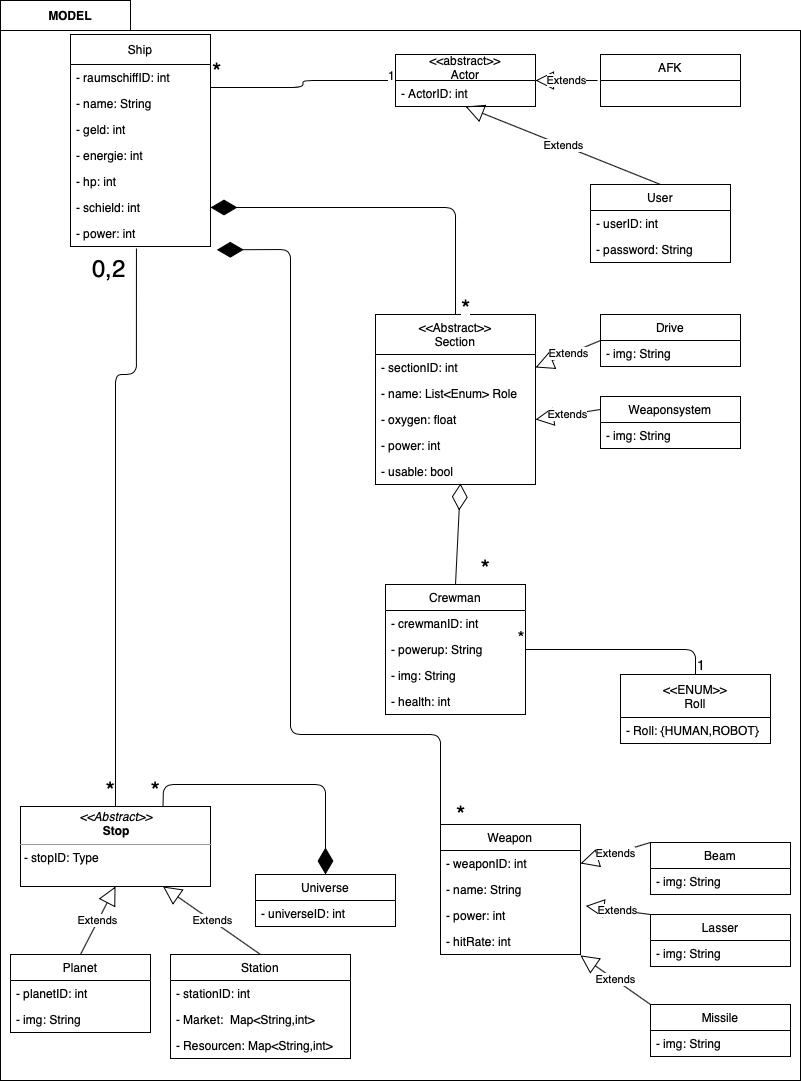
Earlier version of the draw.io export docs/Modulsicht_Quellcode/Model.png (ksreyr/SpaceStudio). Source tidied: cells renumbered, new cells last; positions are measured from the earlier drawing's top-left corner, leaving out a move shared by most shapes.
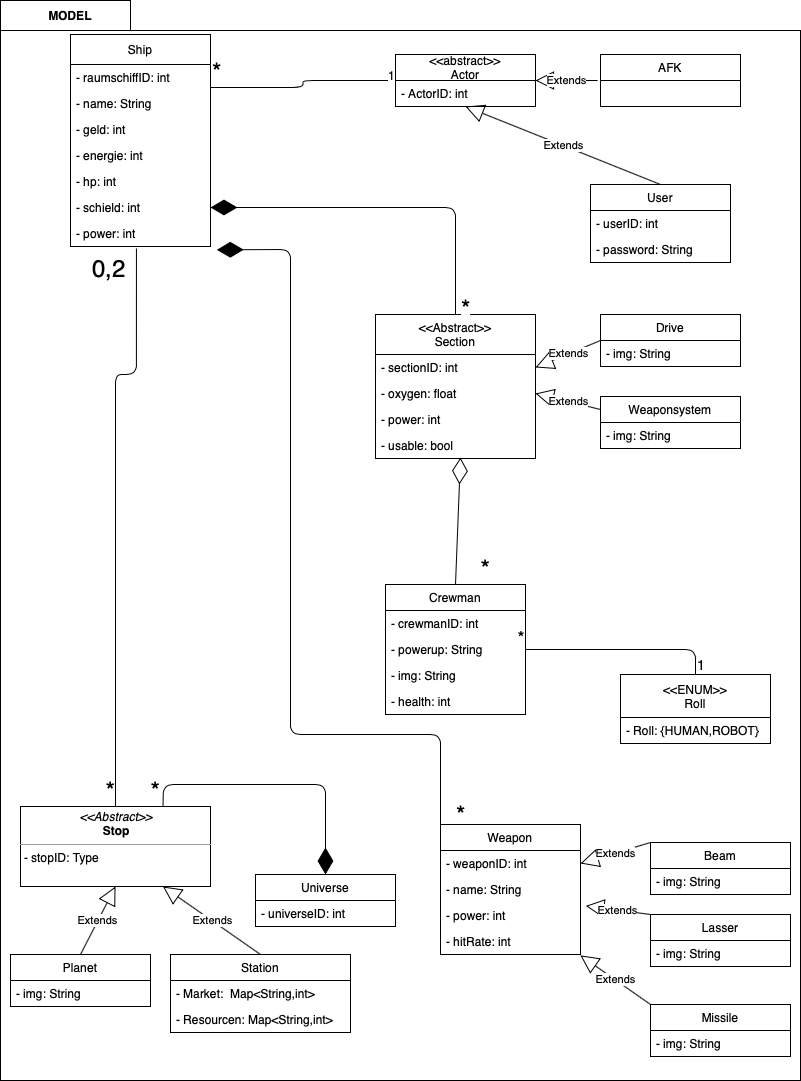
Above is the later version.

Diff of the diagram source:
```diff
@@ -117,31 +117,25 @@
       <mxGeometry y="26" width="140" height="26" as="geometry" />
     </mxCell>
     <mxCell id="35" value="&lt;&lt;Abstract&gt;&gt;&#10;Section" style="swimlane;fontStyle=0;horizontal=1;startSize=40;fillColor=none;" parent="1" vertex="1">
-      <mxGeometry x="375" y="314" width="160" height="170" as="geometry" />
+      <mxGeometry x="375" y="314" width="160" height="144" as="geometry" />
     </mxCell>
     <mxCell id="36" value="- sectionID: int" style="text;strokeColor=none;fillColor=none;align=left;verticalAlign=top;spacingLeft=4;spacingRight=4;overflow=hidden;points=[[0,0.5],[1,0.5]];portConstraint=eastwest;" parent="35" vertex="1">
       <mxGeometry y="40" width="160" height="26" as="geometry" />
     </mxCell>
-    <mxCell id="37" value="- name: List&lt;Enum&gt; Role" style="text;strokeColor=none;fillColor=none;align=left;verticalAlign=top;spacingLeft=4;spacingRight=4;overflow=hidden;" parent="35" vertex="1">
-      <mxGeometry y="66" width="160" height="26" as="geometry" />
-    </mxCell>
     <mxCell id="38" value="- oxygen: float" style="text;strokeColor=none;fillColor=none;align=left;verticalAlign=top;spacingLeft=4;spacingRight=4;overflow=hidden;points=[[0,0.5],[1,0.5]];portConstraint=eastwest;" parent="35" vertex="1">
-      <mxGeometry y="92" width="160" height="26" as="geometry" />
+      <mxGeometry y="66" width="160" height="26" as="geometry" />
     </mxCell>
     <mxCell id="39" value="- power: int" style="text;strokeColor=none;fillColor=none;align=left;verticalAlign=top;spacingLeft=4;spacingRight=4;overflow=hidden;" parent="35" vertex="1">
-      <mxGeometry y="118" width="160" height="26" as="geometry" />
+      <mxGeometry y="92" width="160" height="26" as="geometry" />
     </mxCell>
     <mxCell id="40" value="- usable: bool" style="text;strokeColor=none;fillColor=none;align=left;verticalAlign=top;spacingLeft=4;spacingRight=4;overflow=hidden;points=[[0,0.5],[1,0.5]];portConstraint=eastwest;" parent="35" vertex="1">
-      <mxGeometry y="144" width="160" height="26" as="geometry" />
+      <mxGeometry y="118" width="160" height="26" as="geometry" />
     </mxCell>
     <mxCell id="41" value="Planet" style="swimlane;fontStyle=0;horizontal=1;startSize=26;fillColor=none;" parent="1" vertex="1">
-      <mxGeometry x="10" y="954" width="140" height="78" as="geometry" />
+      <mxGeometry x="10" y="954" width="140" height="52" as="geometry" />
     </mxCell>
-    <mxCell id="42" value="- planetID: int" style="text;strokeColor=none;fillColor=none;align=left;verticalAlign=top;spacingLeft=4;spacingRight=4;overflow=hidden;" parent="41" vertex="1">
-      <mxGeometry y="26" width="140" height="26" as="geometry" />
-    </mxCell>
     <mxCell id="43" value="- img: String" style="text;strokeColor=none;fillColor=none;align=left;verticalAlign=top;spacingLeft=4;spacingRight=4;overflow=hidden;" parent="41" vertex="1">
-      <mxGeometry y="52" width="140" height="26" as="geometry" />
+      <mxGeometry y="26" width="140" height="26" as="geometry" />
     </mxCell>
     <mxCell id="44" style="endArrow=diamondThin;endFill=1;endSize=24;html=1;exitX=0;exitY=0.5;exitDx=0;exitDy=0;entryX=1.045;entryY=1.128;entryDx=0;entryDy=0;entryPerimeter=0;" parent="1" edge="1" source="65" target="15">
       <mxGeometry relative="1" as="geometry">
@@ -186,16 +180,13 @@
       <mxGeometry x="160" y="806" as="geometry" />
     </mxCell>
     <mxCell id="53" value="Station" style="swimlane;fontStyle=0;horizontal=1;startSize=26;fillColor=none;" parent="1" vertex="1">
-      <mxGeometry x="170" y="954" width="180" height="104" as="geometry" />
+      <mxGeometry x="170" y="954" width="180" height="78" as="geometry" />
     </mxCell>
-    <mxCell id="54" value="- stationID: int" style="text;strokeColor=none;fillColor=none;align=left;verticalAlign=top;spacingLeft=4;spacingRight=4;overflow=hidden;" parent="53" vertex="1">
-      <mxGeometry y="26" width="180" height="26" as="geometry" />
-    </mxCell>
     <mxCell id="55" value="- Market:  Map&lt;String,int&gt;" style="text;strokeColor=none;fillColor=none;align=left;verticalAlign=top;spacingLeft=4;spacingRight=4;overflow=hidden;" parent="53" vertex="1">
-      <mxGeometry y="52" width="180" height="26" as="geometry" />
+      <mxGeometry y="26" width="180" height="26" as="geometry" />
     </mxCell>
     <mxCell id="56" value="- Resourcen: Map&lt;String,int&gt; " style="text;strokeColor=none;fillColor=none;align=left;verticalAlign=top;spacingLeft=4;spacingRight=4;overflow=hidden;" parent="53" vertex="1">
-      <mxGeometry y="78" width="180" height="26" as="geometry" />
+      <mxGeometry y="52" width="180" height="26" as="geometry" />
     </mxCell>
     <mxCell id="57" style="endArrow=none;html=1;edgeStyle=orthogonalEdgeStyle;entryX=1;entryY=0.5;entryDx=0;entryDy=0;exitX=0.5;exitY=0;exitDx=0;exitDy=0;" parent="1" edge="1" source="75" target="79">
       <mxGeometry relative="1" as="geometry">
```
